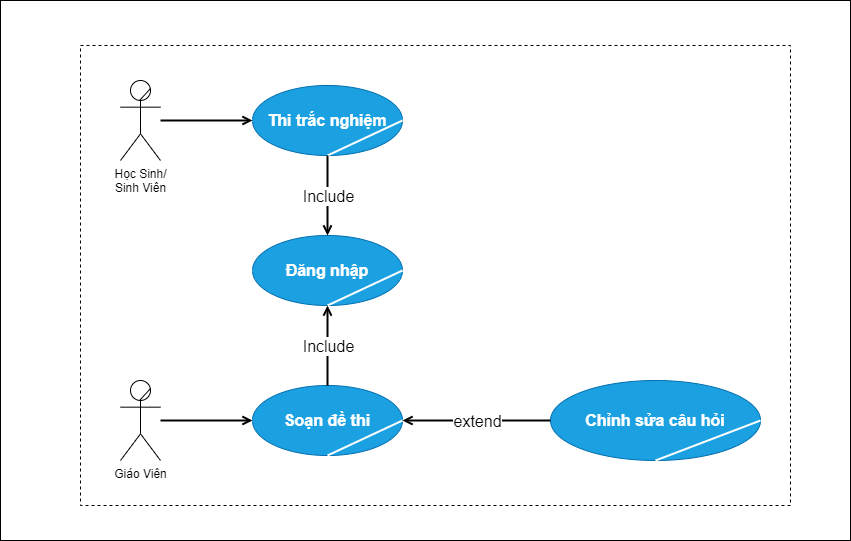
Above: nghiepVu.dio.png in sunny-THS/data (draw.io), before the change. Source tidied: cells renumbered, new cells last; positions are measured from the earlier drawing's top-left corner, leaving out a move shared by most shapes.
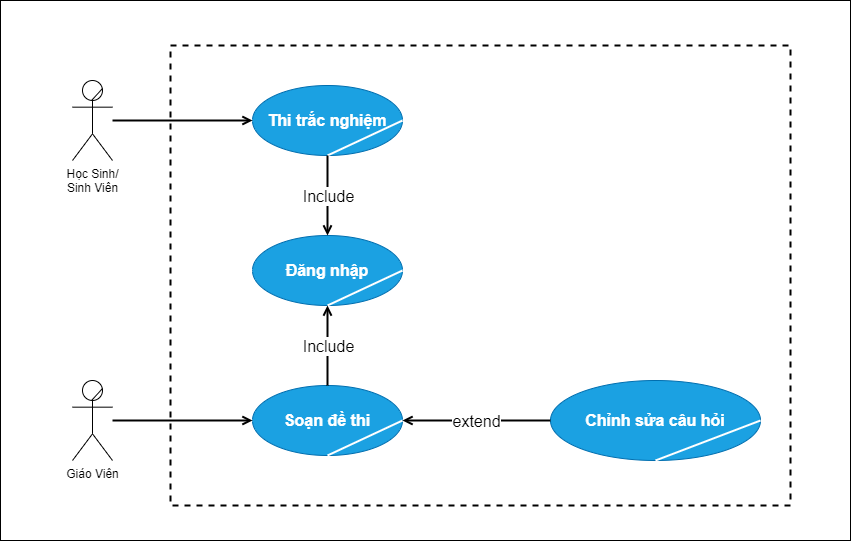
After the change.

Diff of the diagram source:
```diff
@@ -6,13 +6,13 @@
       <mxGeometry width="850" height="540" as="geometry" />
     </mxCell>
     <mxCell id="3" value="Học Sinh/&lt;br&gt;Sinh Viên" style="shape=umlActor;verticalLabelPosition=bottom;verticalAlign=top;html=1;outlineConnect=0;" parent="1" vertex="1">
-      <mxGeometry x="120" y="80" width="40" height="80" as="geometry" />
+      <mxGeometry x="72" y="80" width="40" height="80" as="geometry" />
     </mxCell>
     <mxCell id="4" style="endArrow=none;html=1;entryX=0.75;entryY=0.1;entryDx=0;entryDy=0;entryPerimeter=0;exitX=0.489;exitY=0.243;exitDx=0;exitDy=0;exitPerimeter=0;" parent="1" edge="1" source="3" target="3">
       <mxGeometry relative="1" as="geometry" />
     </mxCell>
     <mxCell id="5" value="Giáo Viên" style="shape=umlActor;verticalLabelPosition=bottom;verticalAlign=top;html=1;outlineConnect=0;" parent="1" vertex="1">
-      <mxGeometry x="120" y="380" width="40" height="80" as="geometry" />
+      <mxGeometry x="72" y="380" width="40" height="80" as="geometry" />
     </mxCell>
     <mxCell id="6" style="endArrow=none;html=1;entryX=0.75;entryY=0.1;entryDx=0;entryDy=0;entryPerimeter=0;exitX=0.489;exitY=0.243;exitDx=0;exitDy=0;exitPerimeter=0;" parent="1" edge="1" source="5" target="5">
       <mxGeometry relative="1" as="geometry" />
@@ -65,8 +65,8 @@
     <mxCell id="22" value="extend" style="edgeLabel;html=1;align=center;verticalAlign=middle;fontSize=16;" parent="21" vertex="1">
       <mxGeometry relative="1" as="geometry" />
     </mxCell>
-    <mxCell id="23" style="rounded=0;whiteSpace=wrap;html=1;fillColor=none;dashed=1;" parent="1" vertex="1">
-      <mxGeometry x="80" y="45" width="710" height="460" as="geometry" />
+    <mxCell id="23" style="rounded=0;whiteSpace=wrap;html=1;fillColor=none;dashed=1;strokeWidth=2;" parent="1" vertex="1">
+      <mxGeometry x="170" y="45" width="620" height="460" as="geometry" />
     </mxCell>
   </root>
 </mxGraphModel>
```
